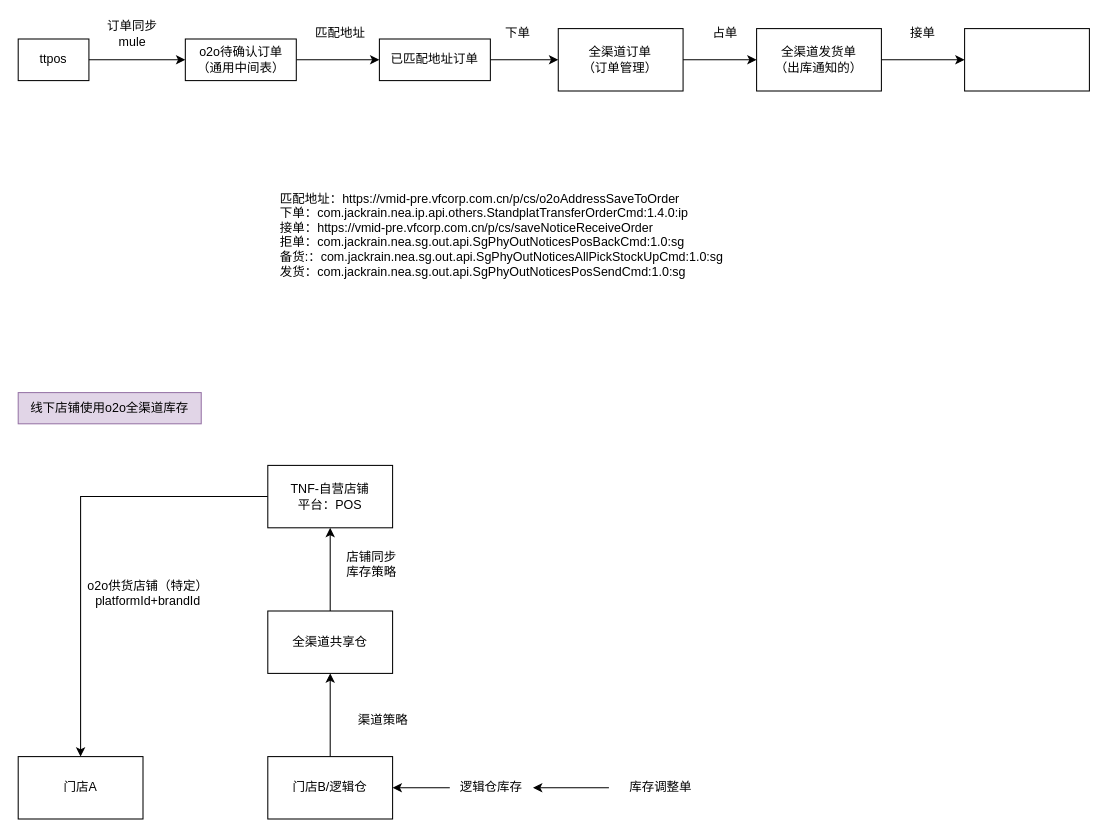
Before: VF/VMID/o2o_flow.drawio in yeahsyoung/diagram, a draw.io diagram. Source tidied: cells renumbered, new cells numbered last; positions are measured from the earlier drawing's top-left corner, leaving out a move shared by most shapes. Both pictures are drawn from the tidied source at 104%, with x=0, y=0 at pixel (18, 18).
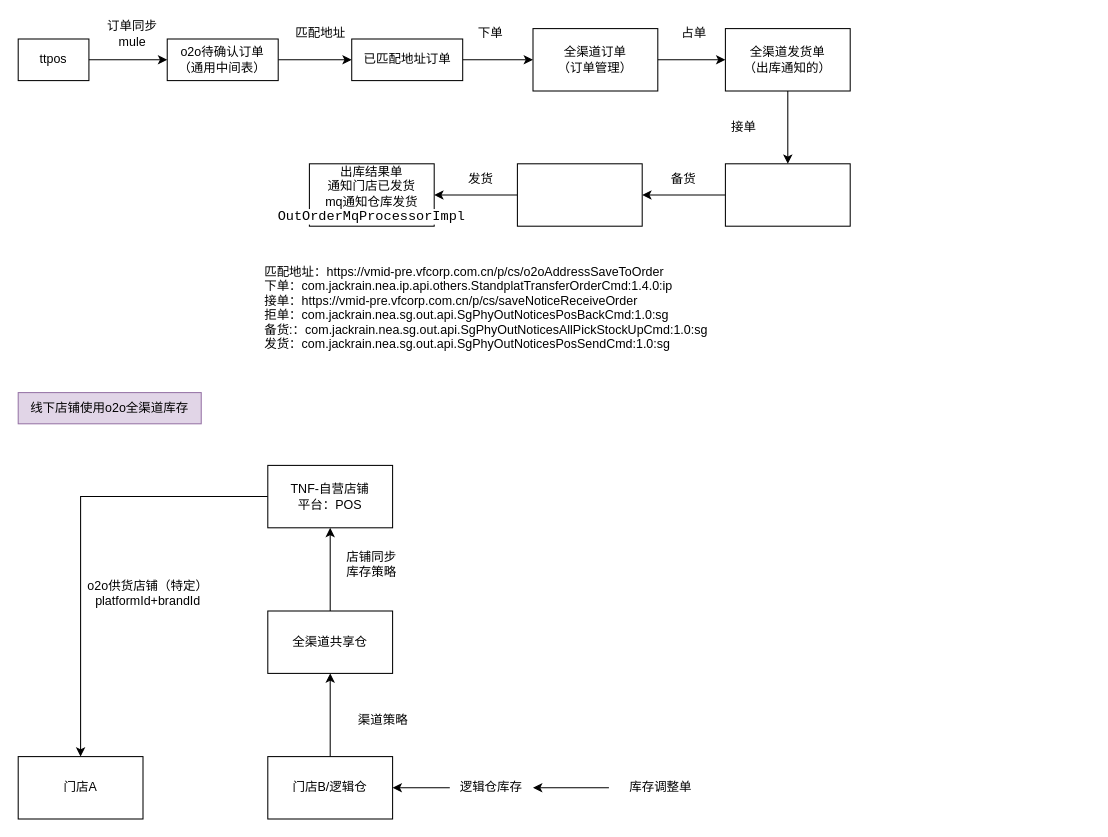
The same page after the edit.

Diff of the diagram source:
```diff
@@
     <mxCell id="3" value="全渠道发货单&lt;div&gt;（出库通知的）&lt;/div&gt;" style="rounded=0;whiteSpace=wrap;html=1;" parent="1" vertex="1">
-      <mxGeometry x="710" y="10" width="120" height="60" as="geometry" />
+      <mxGeometry x="680" y="10" width="120" height="60" as="geometry" />
     </mxCell>
@@
     <mxCell id="6" value="匹配地址&lt;br&gt;" style="text;strokeColor=none;fillColor=none;align=center;verticalAlign=middle;rounded=0;html=1;whiteSpace=wrap;" parent="1" vertex="1">
-      <mxGeometry x="280" width="60" height="30" as="geometry" />
+      <mxGeometry x="260.7" width="60" height="30" as="geometry" />
     </mxCell>
     <mxCell id="7" value="匹配地址：https://vmid-pre.vfcorp.com.cn/p/cs/o2oAddressSaveToOrder&#10;下单：com.jackrain.nea.ip.api.others.StandplatTransferOrderCmd:1.4.0:ip&#10;接单：https://vmid-pre.vfcorp.com.cn/p/cs/saveNoticeReceiveOrder&#10;拒单：com.jackrain.nea.sg.out.api.SgPhyOutNoticesPosBackCmd:1.0:sg&#10;备货:：com.jackrain.nea.sg.out.api.SgPhyOutNoticesAllPickStockUpCmd:1.0:sg&#10;发货：com.jackrain.nea.sg.out.api.SgPhyOutNoticesPosSendCmd:1.0:sg&#10;" style="text;strokeColor=none;fillColor=none;align=left;verticalAlign=top;rounded=0;" parent="1" vertex="1">
-      <mxGeometry x="250" y="160" width="410" height="130" as="geometry" />
+      <mxGeometry x="235" y="230" width="410" height="110" as="geometry" />
     </mxCell>
@@
     <mxCell id="9" value="o2o待确认订单&lt;div&gt;（通用中间表）&lt;/div&gt;" style="rounded=0;whiteSpace=wrap;html=1;" parent="1" vertex="1">
-      <mxGeometry x="160.7" y="20" width="106.7" height="40" as="geometry" />
+      <mxGeometry x="143.3" y="20" width="106.7" height="40" as="geometry" />
     </mxCell>
     <mxCell id="10" value="下单" style="text;html=1;whiteSpace=wrap;strokeColor=none;fillColor=none;align=center;verticalAlign=middle;rounded=0;" parent="1" vertex="1">
-      <mxGeometry x="454" width="53.3" height="30" as="geometry" />
+      <mxGeometry x="428.3" width="53.3" height="30" as="geometry" />
     </mxCell>
@@
     <mxCell id="12" value="全渠道订单&lt;div&gt;（订单管理）&lt;/div&gt;" style="rounded=0;whiteSpace=wrap;html=1;" parent="1" vertex="1">
-      <mxGeometry x="519.3" y="10" width="120" height="60" as="geometry" />
+      <mxGeometry x="495" y="10" width="120" height="60" as="geometry" />
     </mxCell>
     <mxCell id="13" value="占单" style="text;html=1;whiteSpace=wrap;strokeColor=none;fillColor=none;align=center;verticalAlign=middle;rounded=0;" parent="1" vertex="1">
-      <mxGeometry x="650" width="60" height="30" as="geometry" />
+      <mxGeometry x="620" width="60" height="30" as="geometry" />
     </mxCell>
@@
     <mxCell id="16" value="已匹配地址订单" style="rounded=0;whiteSpace=wrap;html=1;" parent="1" vertex="1">
-      <mxGeometry x="347.3" y="20" width="106.7" height="40" as="geometry" />
+      <mxGeometry x="320.7" y="20" width="106.7" height="40" as="geometry" />
     </mxCell>
+    <mxCell id="34" style="edgeStyle=orthogonalEdgeStyle;rounded=0;jettySize=auto;html=1;" parent="1" edge="1" source="17" target="36">
+      <mxGeometry relative="1" as="geometry" />
+    </mxCell>
     <mxCell id="17" style="rounded=0;whiteSpace=wrap;html=1;" parent="1" vertex="1">
-      <mxGeometry x="910" y="10" width="120" height="60" as="geometry" />
+      <mxGeometry x="680" y="140" width="120" height="60" as="geometry" />
     </mxCell>
     <mxCell id="18" value="接单" style="text;html=1;whiteSpace=wrap;strokeColor=none;fillColor=none;align=center;verticalAlign=middle;rounded=0;" parent="1" vertex="1">
-      <mxGeometry x="840" width="60" height="30" as="geometry" />
+      <mxGeometry x="668" y="90" width="60" height="30" as="geometry" />
     </mxCell>
@@
+    <mxCell id="35" style="edgeStyle=orthogonalEdgeStyle;rounded=0;jettySize=auto;html=1;" parent="1" edge="1" source="36" target="38">
+      <mxGeometry relative="1" as="geometry" />
+    </mxCell>
+    <mxCell id="36" style="rounded=0;whiteSpace=wrap;html=1;" parent="1" vertex="1">
+      <mxGeometry x="480" y="140" width="120" height="60" as="geometry" />
+    </mxCell>
+    <mxCell id="37" value="备货" style="text;html=1;whiteSpace=wrap;strokeColor=none;fillColor=none;align=center;verticalAlign=middle;rounded=0;" parent="1" vertex="1">
+      <mxGeometry x="610" y="140" width="60" height="30" as="geometry" />
+    </mxCell>
+    <mxCell id="38" value="出库结果单&lt;div&gt;通知门店已发货&lt;/div&gt;&lt;div&gt;mq通知仓库发货&lt;span style=&quot;font-family: &amp;quot;JetBrains Mono&amp;quot;, monospace; font-size: 9.8pt; background-color: rgb(255, 255, 255);&quot;&gt;OutOrderMqProcessorImpl&lt;/span&gt;&lt;/div&gt;" style="rounded=0;whiteSpace=wrap;html=1;" parent="1" vertex="1">
+      <mxGeometry x="280" y="140" width="120" height="60" as="geometry" />
+    </mxCell>
+    <mxCell id="39" value="发货" style="text;html=1;whiteSpace=wrap;strokeColor=none;fillColor=none;align=center;verticalAlign=middle;rounded=0;" parent="1" vertex="1">
+      <mxGeometry x="415" y="140" width="60" height="30" as="geometry" />
+    </mxCell>
```
